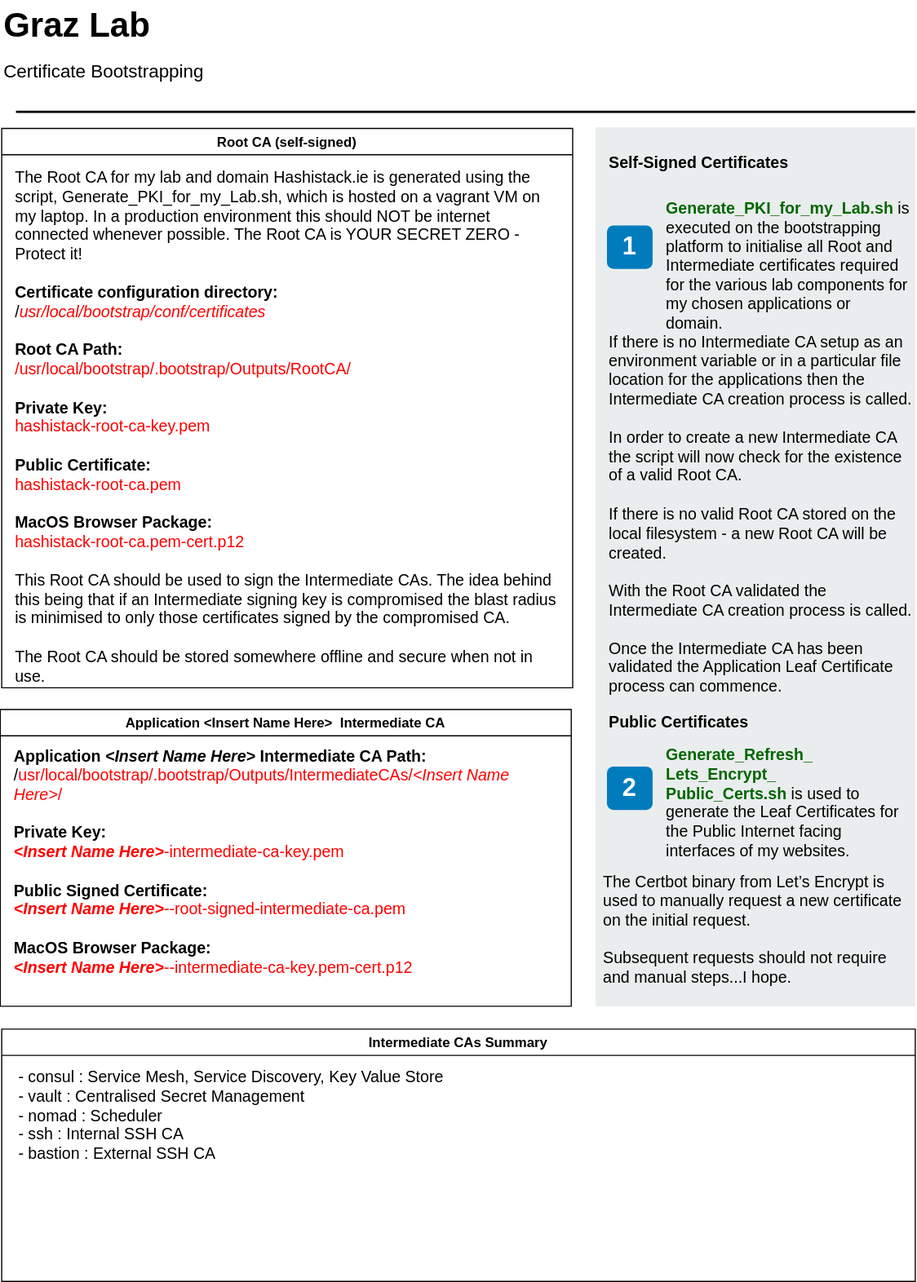
This is Bootstrapping my lab.svg from allthingsclowd/BootstrapCertificateTool, a draw.io export, as it was before one commit. Source tidied: cells renumbered, new cells last; positions are measured from the earlier drawing's top-left corner, leaving out a move shared by most shapes.
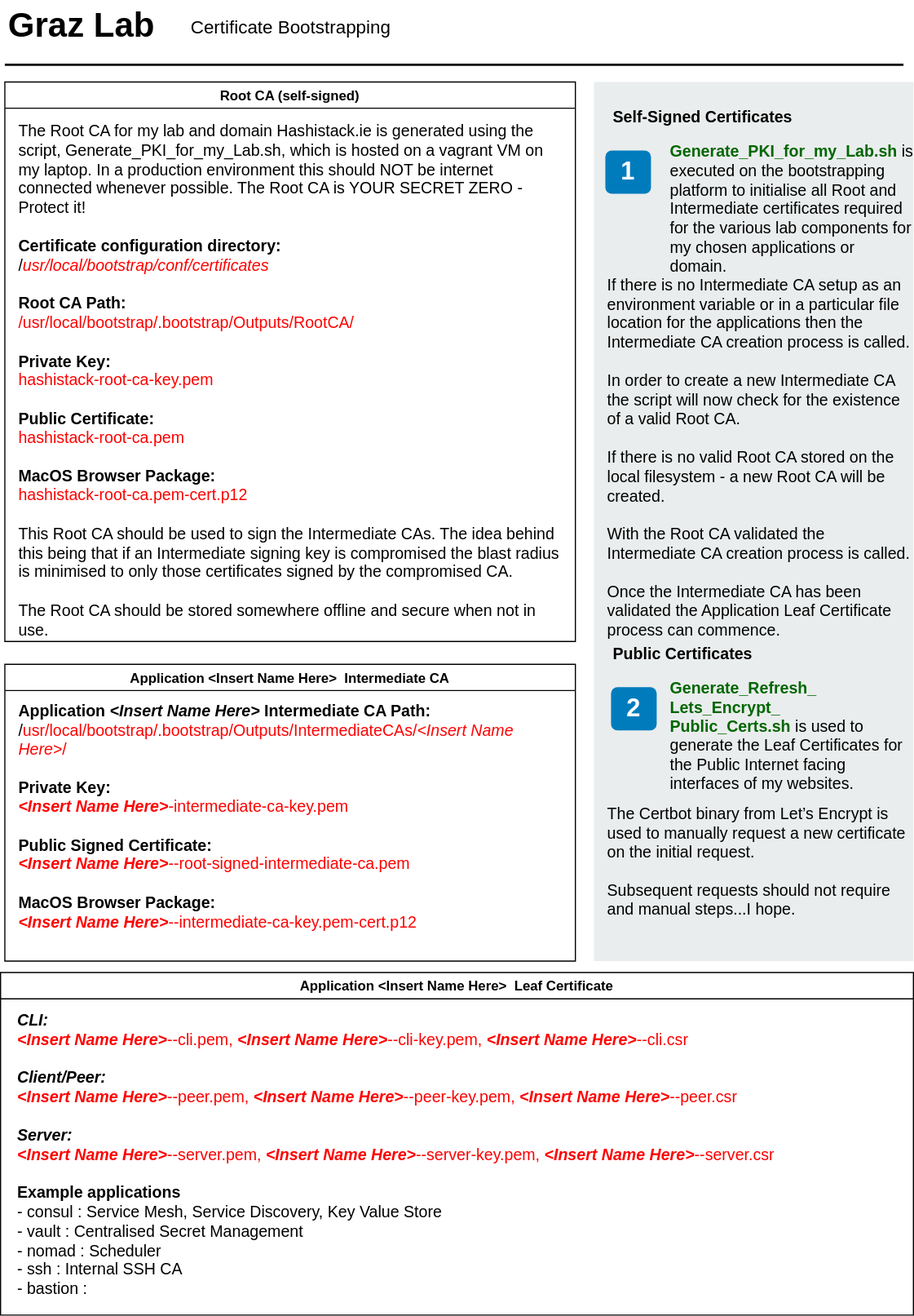
After the change.

The edit, as a diff of the source:
```diff
@@ -3,55 +3,55 @@
     <mxCell id="0" />
     <mxCell id="1" parent="0" />
     <mxCell id="2" style="rounded=0;whiteSpace=wrap;html=1;fillColor=#EAEDED;fontSize=22;fontColor=#FFFFFF;strokeColor=none;labelBackgroundColor=none;" parent="1" vertex="1">
-      <mxGeometry x="521" y="110" width="280" height="770" as="geometry" />
+      <mxGeometry x="516" y="70" width="280" height="770" as="geometry" />
     </mxCell>
     <mxCell id="3" value="&lt;br&gt;If there is no Intermediate CA setup as an environment variable or in a particular file location for the applications then the Intermediate CA creation process is called.&lt;br&gt;&lt;br&gt;In order to create a new Intermediate CA the script will now check for the existence of a valid Root CA.&lt;br&gt;&lt;br&gt;If there is no valid Root CA stored on the local filesystem - a new Root CA will be created.&lt;br&gt;&lt;br&gt;With the Root CA validated the Intermediate CA creation process is called.&lt;br&gt;&lt;br&gt;Once the Intermediate CA has been validated the Application Leaf Certificate process can commence.&amp;nbsp;" style="text;html=1;align=left;verticalAlign=top;spacingTop=-4;fontSize=14;labelBackgroundColor=none;whiteSpace=wrap;" parent="1" vertex="1">
-      <mxGeometry x="531" y="270" width="270" height="190.5" as="geometry" />
+      <mxGeometry x="526" y="219.8" width="270" height="190.5" as="geometry" />
     </mxCell>
     <mxCell id="4" value="1" style="rounded=1;whiteSpace=wrap;html=1;fillColor=#007CBD;strokeColor=none;fontColor=#FFFFFF;fontStyle=1;fontSize=22;labelBackgroundColor=none;" parent="1" vertex="1">
-      <mxGeometry x="531" y="196" width="40" height="38" as="geometry" />
+      <mxGeometry x="526" y="130" width="40" height="38" as="geometry" />
     </mxCell>
     <mxCell id="5" value="2" style="rounded=1;whiteSpace=wrap;html=1;fillColor=#007CBD;strokeColor=none;fontColor=#FFFFFF;fontStyle=1;fontSize=22;labelBackgroundColor=none;" parent="1" vertex="1">
-      <mxGeometry x="531" y="670" width="40" height="38" as="geometry" />
+      <mxGeometry x="531" y="600" width="40" height="38" as="geometry" />
     </mxCell>
     <mxCell id="6" value="Graz Lab" style="text;html=1;align=left;verticalAlign=top;spacingTop=-4;fontSize=30;fontStyle=1;labelBackgroundColor=none;" parent="1" vertex="1">
       <mxGeometry x="1" y="-0.5" width="140" height="40" as="geometry" />
     </mxCell>
     <mxCell id="7" value="Certificate Bootstrapping&amp;nbsp;" style="text;html=1;align=left;verticalAlign=top;spacingTop=-4;fontSize=16;labelBackgroundColor=none;" parent="1" vertex="1">
-      <mxGeometry x="1" y="48.5" width="200" height="20" as="geometry" />
+      <mxGeometry x="161" y="9.5" width="200" height="20" as="geometry" />
     </mxCell>
     <mxCell id="8" style="line;strokeWidth=2;html=1;fontSize=14;labelBackgroundColor=none;" parent="1" vertex="1">
-      <mxGeometry x="13.5" y="91.5" width="787.5" height="10" as="geometry" />
+      <mxGeometry x="-0.2" y="50" width="787.5" height="10" as="geometry" />
     </mxCell>
     <mxCell id="9" value="&lt;b&gt;Self-Signed Certificates&lt;/b&gt;" style="text;html=1;align=left;verticalAlign=top;spacingTop=-4;fontSize=14;labelBackgroundColor=none;whiteSpace=wrap;" parent="1" vertex="1">
-      <mxGeometry x="531" y="130" width="210" height="40" as="geometry" />
+      <mxGeometry x="531" y="90" width="210" height="40" as="geometry" />
     </mxCell>
     <mxCell id="10" value="&lt;b&gt;&lt;font color=&quot;#006600&quot;&gt;Generate_PKI_for_my_Lab.sh&lt;/font&gt;&lt;/b&gt;&lt;span&gt;&amp;nbsp;is executed on the bootstrapping platform to initialise all Root and Intermediate certificates required for the various lab components for my chosen applications or domain.&lt;br&gt;&lt;br&gt;&lt;/span&gt;" style="text;html=1;align=left;verticalAlign=top;spacingTop=-4;fontSize=14;labelBackgroundColor=none;whiteSpace=wrap;" parent="1" vertex="1">
-      <mxGeometry x="581" y="170" width="195" height="161" as="geometry" />
+      <mxGeometry x="581" y="120" width="195" height="161" as="geometry" />
     </mxCell>
     <mxCell id="11" value="&lt;b&gt;&lt;font color=&quot;#006600&quot;&gt;Generate_Refresh_&lt;br&gt;Lets_Encrypt_&lt;br&gt;Public_Certs.sh&amp;nbsp;&lt;/font&gt;&lt;/b&gt;&lt;span&gt;is used to generate the Leaf Certificates for the Public Internet facing interfaces of my websites.&lt;/span&gt;" style="text;html=1;align=left;verticalAlign=top;spacingTop=-4;fontSize=14;labelBackgroundColor=none;whiteSpace=wrap;" parent="1" vertex="1">
-      <mxGeometry x="581" y="649" width="210" height="121" as="geometry" />
+      <mxGeometry x="581" y="590" width="210" height="121" as="geometry" />
     </mxCell>
-    <mxCell id="12" value="Intermediate CAs Summary" style="swimlane;startSize=23;" parent="1" vertex="1">
-      <mxGeometry x="1" y="900" width="800" height="221" as="geometry" />
+    <mxCell id="12" value="Application &lt;Insert Name Here&gt;  Leaf Certificate" style="swimlane;startSize=23;" parent="1" vertex="1">
+      <mxGeometry x="-4" y="850" width="800" height="300" as="geometry" />
     </mxCell>
-    <mxCell id="13" value="- consul : Service Mesh, Service Discovery, Key Value Store&lt;br&gt;- vault : Centralised Secret Management&lt;br&gt;- nomad : Scheduler&lt;br&gt;- ssh : Internal SSH CA&lt;br&gt;- bastion : External SSH CA" style="text;html=1;align=left;verticalAlign=top;spacingTop=-4;fontSize=14;labelBackgroundColor=none;whiteSpace=wrap;" parent="12" vertex="1">
-      <mxGeometry x="12.5" y="30.5" width="777.5" height="179.5" as="geometry" />
+    <mxCell id="13" value="&lt;b style=&quot;text-align: center&quot;&gt;&lt;i&gt;CLI: &lt;br&gt;&lt;font color=&quot;#ff0000&quot;&gt;&amp;lt;Insert Name Here&amp;gt;&lt;/font&gt;&lt;/i&gt;&lt;/b&gt;&lt;span style=&quot;color: rgb(255 , 0 , 0) ; text-align: center&quot;&gt;--cli.pem,&amp;nbsp;&lt;/span&gt;&lt;b style=&quot;color: rgb(255 , 0 , 0) ; text-align: center&quot;&gt;&lt;i&gt;&amp;lt;Insert Name Here&amp;gt;&lt;/i&gt;&lt;/b&gt;&lt;span style=&quot;color: rgb(255 , 0 , 0) ; text-align: center&quot;&gt;--cli-key.pem,&amp;nbsp;&lt;/span&gt;&lt;b style=&quot;color: rgb(255 , 0 , 0) ; text-align: center&quot;&gt;&lt;i&gt;&amp;lt;Insert Name Here&amp;gt;&lt;/i&gt;&lt;/b&gt;&lt;span style=&quot;color: rgb(255 , 0 , 0) ; text-align: center&quot;&gt;--cli.csr&lt;/span&gt;&lt;span style=&quot;color: rgb(255 , 0 , 0) ; text-align: center&quot;&gt;&lt;br&gt;&lt;/span&gt;&lt;b style=&quot;color: rgb(255 , 0 , 0) ; text-align: center&quot;&gt;&lt;i&gt;&lt;br&gt;&lt;/i&gt;&lt;/b&gt;&lt;b style=&quot;text-align: center&quot;&gt;&lt;i&gt;Client/Peer:&lt;font color=&quot;#ff0000&quot;&gt;&amp;nbsp;&lt;/font&gt;&lt;br&gt;&lt;font color=&quot;#ff0000&quot;&gt;&amp;lt;Insert Name Here&amp;gt;&lt;/font&gt;&lt;/i&gt;&lt;/b&gt;&lt;span style=&quot;color: rgb(255 , 0 , 0) ; text-align: center&quot;&gt;--peer.pem,&amp;nbsp;&lt;/span&gt;&lt;b style=&quot;color: rgb(255 , 0 , 0) ; text-align: center&quot;&gt;&lt;i&gt;&amp;lt;Insert Name Here&amp;gt;&lt;/i&gt;&lt;/b&gt;&lt;span style=&quot;color: rgb(255 , 0 , 0) ; text-align: center&quot;&gt;--peer-key.pem,&amp;nbsp;&lt;/span&gt;&lt;b style=&quot;color: rgb(255 , 0 , 0) ; text-align: center&quot;&gt;&lt;i&gt;&amp;lt;Insert Name Here&amp;gt;&lt;/i&gt;&lt;/b&gt;&lt;span style=&quot;color: rgb(255 , 0 , 0) ; text-align: center&quot;&gt;--peer.csr&lt;br&gt;&lt;/span&gt;&lt;br&gt;&lt;b style=&quot;text-align: center&quot;&gt;&lt;i&gt;Server:&amp;nbsp;&lt;br&gt;&lt;font color=&quot;#ff0000&quot;&gt;&amp;lt;Insert Name Here&amp;gt;&lt;/font&gt;&lt;/i&gt;&lt;/b&gt;&lt;span style=&quot;color: rgb(255 , 0 , 0) ; text-align: center&quot;&gt;--server.pem,&amp;nbsp;&lt;/span&gt;&lt;b style=&quot;color: rgb(255 , 0 , 0) ; text-align: center&quot;&gt;&lt;i&gt;&amp;lt;Insert Name Here&amp;gt;&lt;/i&gt;&lt;/b&gt;&lt;span style=&quot;color: rgb(255 , 0 , 0) ; text-align: center&quot;&gt;--server-key.pem,&amp;nbsp;&lt;/span&gt;&lt;b style=&quot;color: rgb(255 , 0 , 0) ; text-align: center&quot;&gt;&lt;i&gt;&amp;lt;Insert Name Here&amp;gt;&lt;/i&gt;&lt;/b&gt;&lt;span style=&quot;color: rgb(255 , 0 , 0) ; text-align: center&quot;&gt;--server.csr&lt;/span&gt;&lt;br&gt;&lt;br&gt;&lt;b&gt;Example applications&lt;/b&gt;&lt;br&gt;- consul : Service Mesh, Service Discovery, Key Value Store&lt;br&gt;- vault : Centralised Secret Management&lt;br&gt;- nomad : Scheduler&lt;br&gt;- ssh : Internal SSH CA&lt;br&gt;- bastion :" style="text;html=1;align=left;verticalAlign=top;spacingTop=-4;fontSize=14;labelBackgroundColor=none;whiteSpace=wrap;" parent="12" vertex="1">
+      <mxGeometry x="12.5" y="30.5" width="777.5" height="269.5" as="geometry" />
     </mxCell>
     <mxCell id="14" value="Root CA (self-signed)" style="swimlane;startSize=23;" parent="1" vertex="1">
-      <mxGeometry x="1" y="111" width="500" height="490" as="geometry" />
+      <mxGeometry x="-0.2" y="70" width="500" height="490" as="geometry" />
     </mxCell>
     <mxCell id="15" value="The Root CA for my lab and domain Hashistack.ie is generated using the script, Generate_PKI_for_my_Lab.sh, which is hosted on a vagrant VM on my laptop. In a production environment this should NOT be internet connected whenever possible. The Root CA is YOUR SECRET ZERO - Protect it!&lt;br&gt;&lt;br&gt;&lt;b&gt;Certificate configuration directory:&lt;/b&gt;&amp;nbsp;&lt;br&gt;/&lt;i&gt;&lt;font color=&quot;#ff0000&quot;&gt;usr/local/bootstrap/conf/certificates&lt;/font&gt;&lt;/i&gt;&lt;br&gt;&lt;br&gt;&lt;b&gt;Root CA Path:&lt;/b&gt;&lt;br&gt;&lt;font color=&quot;#ff0000&quot;&gt;/usr/local/bootstrap/.bootstrap/Outputs/RootCA/&lt;/font&gt;&lt;br&gt;&lt;br&gt;&lt;b&gt;Private Key:&lt;br&gt;&lt;/b&gt;&lt;font color=&quot;#ff0000&quot;&gt;hashistack-root-ca-key.pem&lt;/font&gt;&lt;br&gt;&lt;br&gt;&lt;b&gt;Public Certificate:&lt;/b&gt;&lt;br&gt;&lt;font color=&quot;#ff0000&quot;&gt;hashistack-root-ca.pem&lt;br&gt;&lt;/font&gt;&lt;br&gt;&lt;b&gt;MacOS Browser Package:&lt;br&gt;&lt;/b&gt;&lt;font color=&quot;#ff0000&quot;&gt;hashistack-root-ca.pem-cert.p12&lt;/font&gt;&lt;br&gt;&lt;br&gt;This Root CA should be used to sign the Intermediate CAs. The idea behind this being that if an Intermediate signing key is compromised the blast radius is minimised to only those certificates signed by the compromised CA.&lt;br&gt;&lt;br&gt;The Root CA should be stored somewhere offline and secure when not in use." style="text;html=1;align=left;verticalAlign=top;spacingTop=-4;fontSize=14;labelBackgroundColor=none;whiteSpace=wrap;" parent="14" vertex="1">
       <mxGeometry x="10" y="32" width="477.5" height="458" as="geometry" />
     </mxCell>
     <mxCell id="16" value="&lt;b&gt;Public Certificates&lt;br&gt;&lt;/b&gt;" style="text;html=1;align=left;verticalAlign=top;spacingTop=-4;fontSize=14;labelBackgroundColor=none;whiteSpace=wrap;" parent="1" vertex="1">
-      <mxGeometry x="531" y="620" width="150" height="40" as="geometry" />
+      <mxGeometry x="531" y="560" width="150" height="40" as="geometry" />
     </mxCell>
     <mxCell id="17" value="The Certbot binary from Let’s Encrypt is used to manually request a new certificate on the initial request.&lt;br&gt;&lt;br&gt;Subsequent requests should not require and manual steps...I hope." style="text;html=1;align=left;verticalAlign=top;spacingTop=-4;fontSize=14;labelBackgroundColor=none;whiteSpace=wrap;" parent="1" vertex="1">
-      <mxGeometry x="526" y="760" width="270" height="120" as="geometry" />
+      <mxGeometry x="526" y="700" width="270" height="120" as="geometry" />
     </mxCell>
     <mxCell id="18" value="Application &lt;Insert Name Here&gt;  Intermediate CA" style="swimlane;startSize=23;" parent="1" vertex="1">
-      <mxGeometry x="-0.2" y="620" width="500" height="260" as="geometry" />
+      <mxGeometry x="-0.2" y="580" width="500" height="260" as="geometry" />
     </mxCell>
     <mxCell id="19" value="&lt;font style=&quot;font-size: 14px&quot;&gt;&lt;span style=&quot;text-align: center&quot;&gt;&lt;b&gt;Application &lt;i&gt;&amp;lt;Insert Name Here&amp;gt;&lt;/i&gt; Intermediate CA Path:&lt;/b&gt;&lt;/span&gt;&lt;br style=&quot;text-align: center&quot;&gt;&lt;span style=&quot;text-align: center&quot;&gt;/&lt;font color=&quot;#ff0000&quot;&gt;usr/local/bootstrap/.bootstrap/Outputs/IntermediateCAs/&lt;/font&gt;&lt;/span&gt;&lt;span style=&quot;text-align: center&quot;&gt;&lt;i&gt;&lt;font color=&quot;#ff0000&quot;&gt;&amp;lt;Insert Name Here&amp;gt;&lt;/font&gt;&lt;/i&gt;&lt;/span&gt;&lt;span style=&quot;text-align: center&quot;&gt;&lt;font color=&quot;#ff0000&quot;&gt;/&lt;/font&gt;&lt;br&gt;&lt;br&gt;&lt;/span&gt;&lt;b&gt;Private Key:&lt;br&gt;&lt;/b&gt;&lt;font color=&quot;#ff0000&quot;&gt;&lt;b style=&quot;text-align: center&quot;&gt;&lt;i&gt;&amp;lt;Insert Name Here&amp;gt;&lt;/i&gt;&lt;/b&gt;&lt;span style=&quot;text-align: center&quot;&gt;-intermediate-ca-key.pem&lt;/span&gt;&lt;/font&gt;&lt;br&gt;&lt;br&gt;&lt;b&gt;Public Signed Certificate:&lt;/b&gt;&lt;br&gt;&lt;b style=&quot;color: rgb(255 , 0 , 0) ; text-align: center&quot;&gt;&lt;i&gt;&amp;lt;Insert Name Here&amp;gt;&lt;/i&gt;&lt;/b&gt;&lt;span style=&quot;color: rgb(255 , 0 , 0) ; text-align: center&quot;&gt;--root-signed-intermediate-ca.pem&lt;br&gt;&lt;/span&gt;&lt;br&gt;&lt;b&gt;MacOS Browser Package:&lt;br&gt;&lt;/b&gt;&lt;b style=&quot;color: rgb(255 , 0 , 0) ; text-align: center&quot;&gt;&lt;i&gt;&amp;lt;Insert Name Here&amp;gt;&lt;/i&gt;&lt;/b&gt;&lt;span style=&quot;color: rgb(255 , 0 , 0) ; text-align: center&quot;&gt;--intermediate-ca-key.pem-cert.p12&lt;/span&gt;&lt;br&gt;&lt;/font&gt;" style="text;html=1;align=left;verticalAlign=top;spacingTop=-4;fontSize=14;labelBackgroundColor=none;whiteSpace=wrap;" parent="18" vertex="1">
       <mxGeometry x="10" y="30" width="480" height="220" as="geometry" />
```
